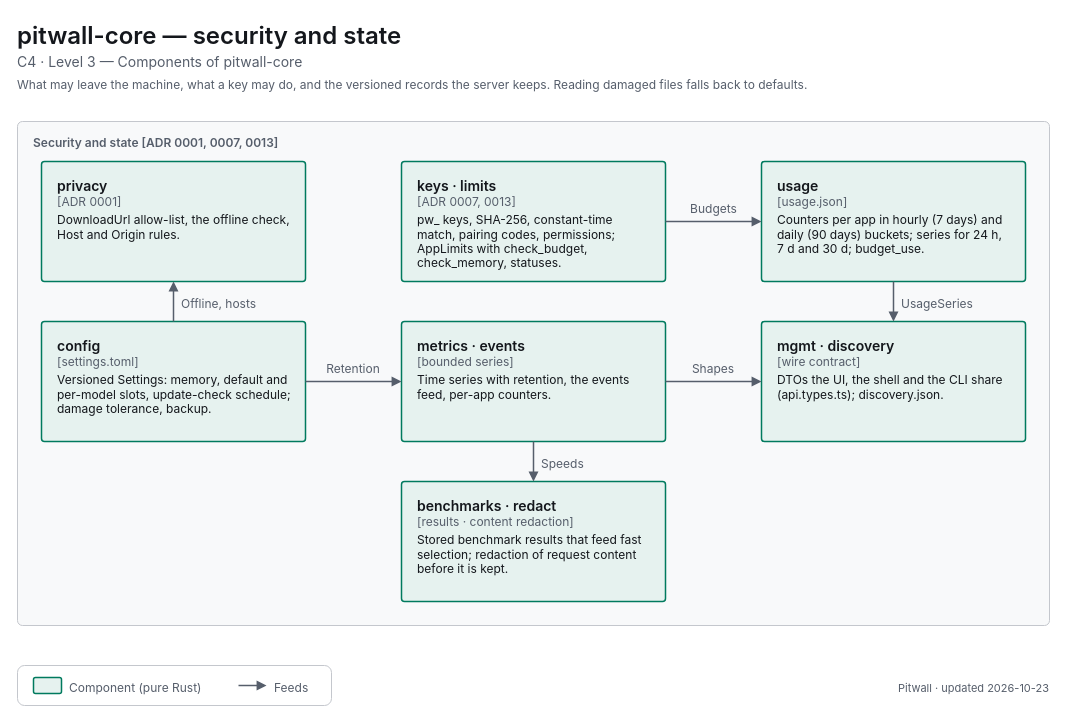
Above: apps/pitwall/docs/diagrams/c4-3-core-state.drawio in decryp7/paddock (draw.io), before the change. Source tidied: cells renumbered, new cells numbered last; positions are measured from the earlier drawing's top-left corner, leaving out a move shared by most shapes. Both pictures are drawn from the tidied source at 100%, with x=0, y=0 at pixel (17, 17).
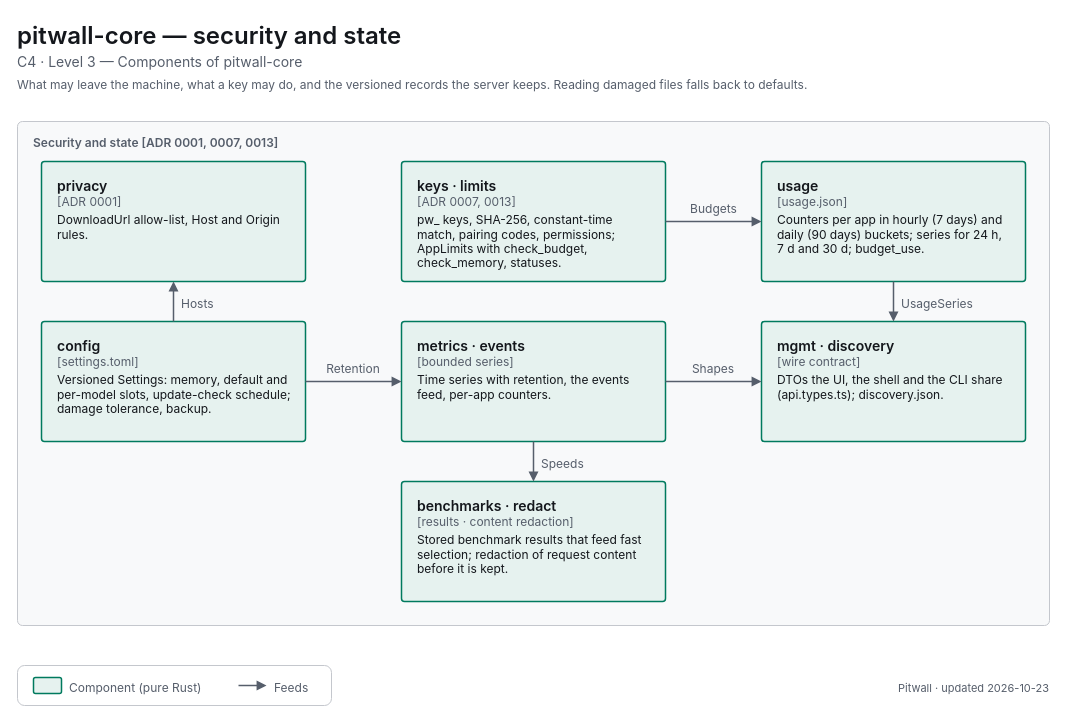
After the change.

Diff of the diagram source:
```diff
@@
-    <mxCell id="6" value="&lt;span style=&quot;font-size:14px;font-weight:600&quot;&gt;privacy&lt;/span&gt;&lt;br&gt;&lt;span style=&quot;font-size:12px;color:light-dark(#565E6B,#A0A7B2)&quot;&gt;[ADR 0001]&lt;/span&gt;&lt;br&gt;&lt;div style=&quot;margin-top:4px;font-size:12px&quot;&gt;DownloadUrl allow-list, the offline check, Host and Origin rules.&lt;/div&gt;" style="html=1;whiteSpace=wrap;fontFamily=-apple-system,BlinkMacSystemFont,Segoe UI,system-ui,sans-serif;fontSize=12;fontColor=light-dark(#14171C,#ECEEF1);rounded=1;absoluteArcSize=1;arcSize=6;strokeWidth=1.5;strokeColor=light-dark(#007A5E,#2EC4A0);fillColor=light-dark(#E6F2EF,#193330);align=left;verticalAlign=top;spacingLeft=14;spacingRight=14;spacingTop=10;spacingBottom=8;" parent="1" vertex="1">
+    <mxCell id="6" value="&lt;span style=&quot;font-size:14px;font-weight:600&quot;&gt;privacy&lt;/span&gt;&lt;br&gt;&lt;span style=&quot;font-size:12px;color:light-dark(#565E6B,#A0A7B2)&quot;&gt;[ADR 0001]&lt;/span&gt;&lt;br&gt;&lt;div style=&quot;margin-top:4px;font-size:12px&quot;&gt;DownloadUrl allow-list, Host and Origin rules.&lt;/div&gt;" style="html=1;whiteSpace=wrap;fontFamily=-apple-system,BlinkMacSystemFont,Segoe UI,system-ui,sans-serif;fontSize=12;fontColor=light-dark(#14171C,#ECEEF1);rounded=1;absoluteArcSize=1;arcSize=6;strokeWidth=1.5;strokeColor=light-dark(#007A5E,#2EC4A0);fillColor=light-dark(#E6F2EF,#193330);align=left;verticalAlign=top;spacingLeft=14;spacingRight=14;spacingTop=10;spacingBottom=8;" parent="1" vertex="1">
       <mxGeometry x="24" y="144" width="264" height="120" as="geometry" />
     </mxCell>
@@
-    <mxCell id="14" value="&lt;span style=&quot;font-size:12px;font-weight:400&quot;&gt;Offline, hosts&lt;/span&gt;" style="html=1;whiteSpace=wrap;fontFamily=-apple-system,BlinkMacSystemFont,Segoe UI,system-ui,sans-serif;fontSize=12;fontColor=light-dark(#14171C,#ECEEF1);text;strokeColor=none;fillColor=none;align=left;verticalAlign=top;spacing=0;fontColor=light-dark(#565E6B,#A0A7B2);" parent="1" vertex="1">
-      <mxGeometry x="164" y="275" width="95" height="18" as="geometry" />
+    <mxCell id="14" value="&lt;span style=&quot;font-size:12px;font-weight:400&quot;&gt;Hosts&lt;/span&gt;" style="html=1;whiteSpace=wrap;fontFamily=-apple-system,BlinkMacSystemFont,Segoe UI,system-ui,sans-serif;fontSize=12;fontColor=light-dark(#14171C,#ECEEF1);text;strokeColor=none;fillColor=none;align=left;verticalAlign=top;spacing=0;fontColor=light-dark(#565E6B,#A0A7B2);" parent="1" vertex="1">
+      <mxGeometry x="164" y="275" width="45" height="18" as="geometry" />
     </mxCell>
```
